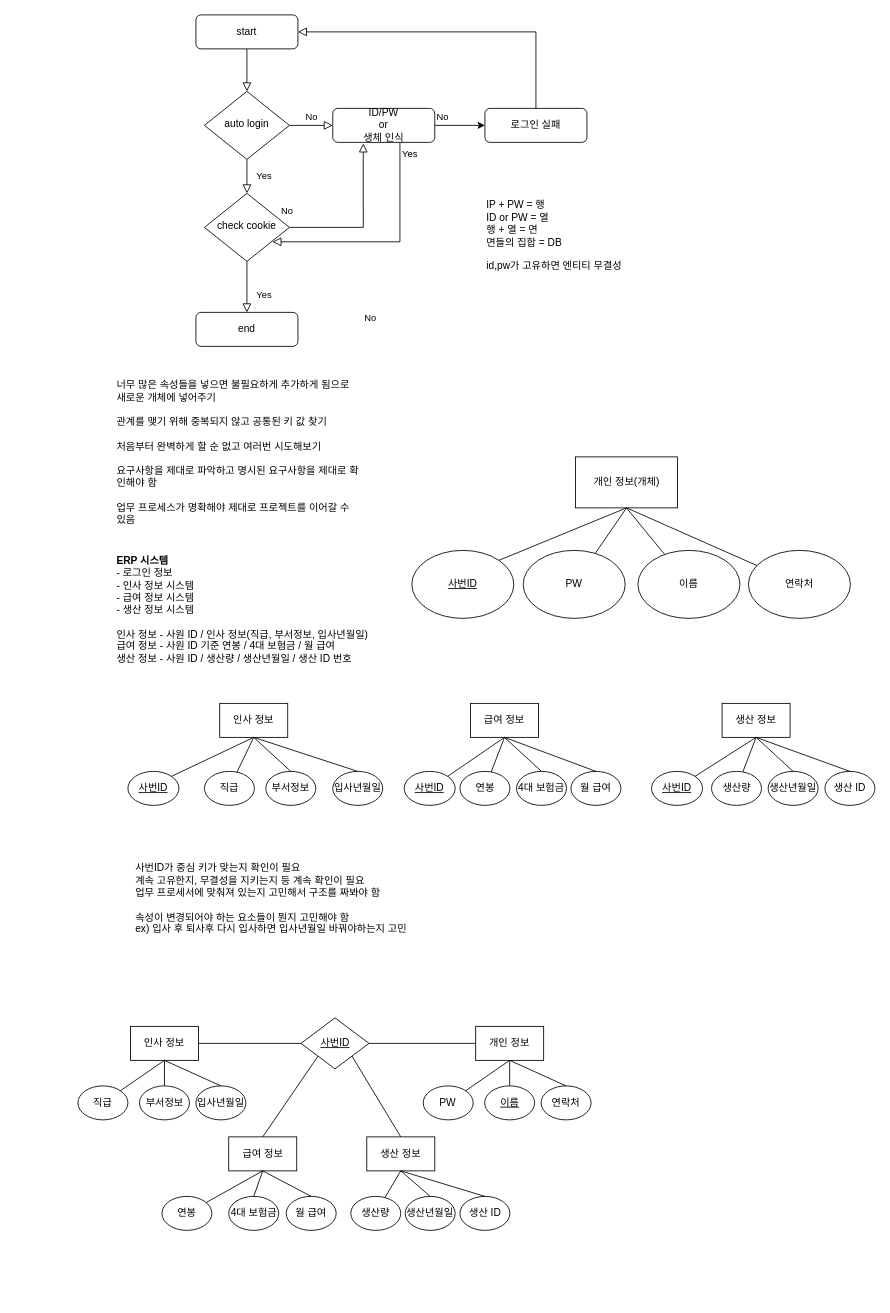
heeyeon-developer/heeyeon-developer keeps this draw.io diagram as Login_diagram.drawio. Above is the earlier version. Source tidied: cells renumbered, new cells numbered last; positions are measured from the earlier drawing's top-left corner, leaving out a move shared by most shapes. Both pictures are drawn from the tidied source at 85%, with x=0, y=0 at pixel (77, 14).
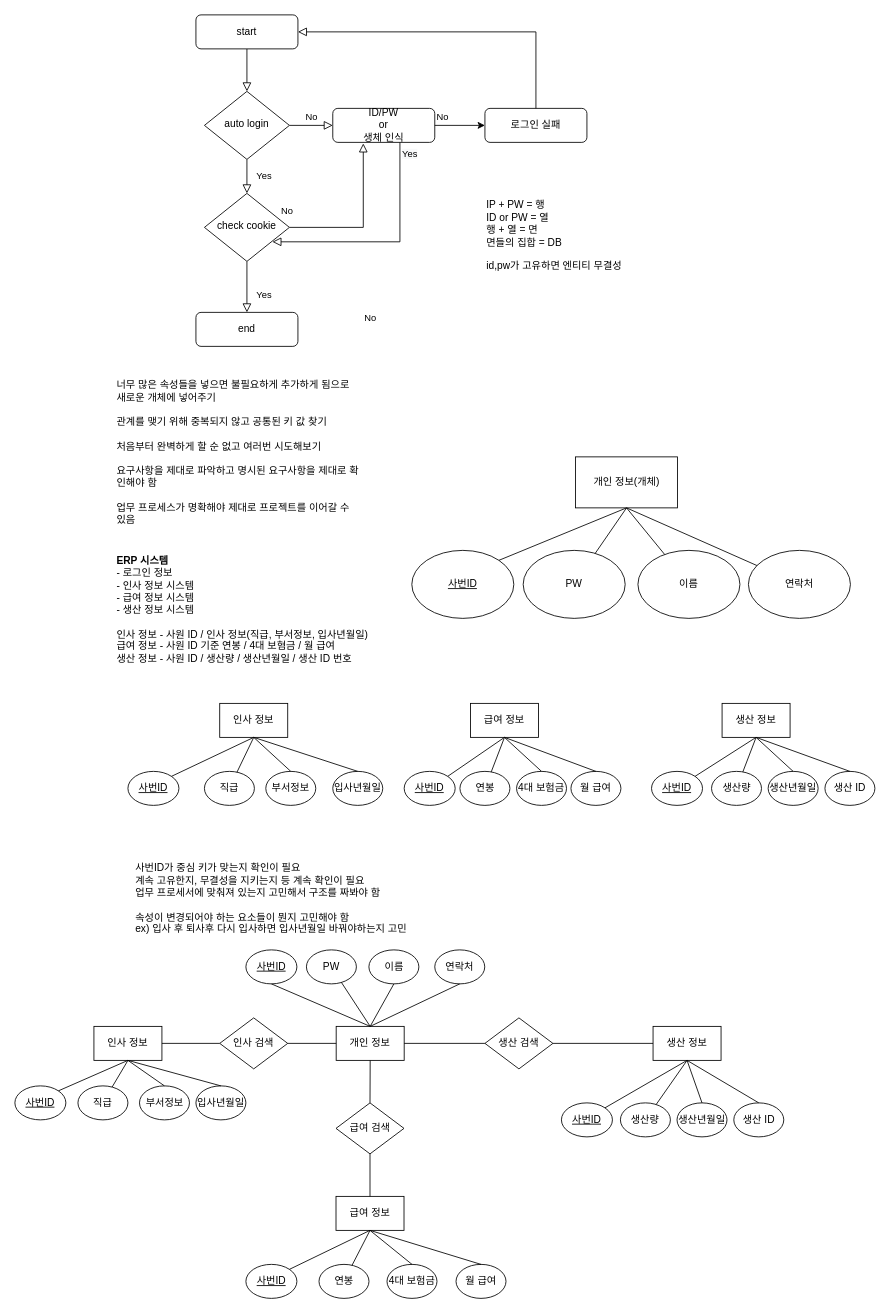
The same diagram, later.

Diff of the diagram source:
```diff
@@
     <mxCell id="57" value="인사 정보" style="rounded=0;whiteSpace=wrap;html=1;" parent="1" vertex="1">
-      <mxGeometry x="62" y="1190" width="80" height="40" as="geometry" />
+      <mxGeometry x="19" y="1190" width="80" height="40" as="geometry" />
     </mxCell>
-    <mxCell id="58" value="&lt;u&gt;사번ID&lt;/u&gt;" style="rhombus;whiteSpace=wrap;html=1;" parent="1" vertex="1">
-      <mxGeometry x="262.6" y="1180" width="80" height="60" as="geometry" />
+    <mxCell id="58" value="인사 검색" style="rhombus;whiteSpace=wrap;html=1;" parent="1" vertex="1">
+      <mxGeometry x="167" y="1180" width="80" height="60" as="geometry" />
     </mxCell>
@@
     <mxCell id="66" value="개인 정보" style="rounded=0;whiteSpace=wrap;html=1;" parent="1" vertex="1">
-      <mxGeometry x="468.1" y="1190" width="80" height="40" as="geometry" />
+      <mxGeometry x="304" y="1190" width="80" height="40" as="geometry" />
     </mxCell>
     <mxCell id="67" value="PW" style="ellipse;whiteSpace=wrap;html=1;" parent="1" vertex="1">
-      <mxGeometry x="406.4" y="1260" width="58.8" height="40" as="geometry" />
+      <mxGeometry x="269" y="1100" width="58.8" height="40" as="geometry" />
     </mxCell>
-    <mxCell id="68" style="endArrow=none;html=1;entryX=0.5;entryY=1;entryDx=0;entryDy=0;" parent="1" edge="1" source="67" target="66">
+    <mxCell id="68" style="endArrow=none;html=1;entryX=0.5;entryY=0;entryDx=0;entryDy=0;" parent="1" edge="1" source="67" target="66">
       <mxGeometry relative="1" as="geometry" />
     </mxCell>
-    <mxCell id="69" value="&lt;u&gt;이름&lt;/u&gt;" style="ellipse;whiteSpace=wrap;html=1;" parent="1" vertex="1">
-      <mxGeometry x="478.7" y="1260" width="58.8" height="40" as="geometry" />
+    <mxCell id="69" value="이름" style="ellipse;whiteSpace=wrap;html=1;" parent="1" vertex="1">
+      <mxGeometry x="342.5" y="1100" width="58.8" height="40" as="geometry" />
     </mxCell>
     <mxCell id="70" value="연락처" style="ellipse;whiteSpace=wrap;html=1;" parent="1" vertex="1">
-      <mxGeometry x="545.1" y="1260" width="58.8" height="40" as="geometry" />
+      <mxGeometry x="420" y="1100" width="58.8" height="40" as="geometry" />
     </mxCell>
-    <mxCell id="71" style="endArrow=none;html=1;exitX=0.5;exitY=0;exitDx=0;exitDy=0;entryX=0.5;entryY=1;entryDx=0;entryDy=0;" parent="1" edge="1" source="69" target="66">
+    <mxCell id="71" style="endArrow=none;html=1;exitX=0.5;exitY=1;exitDx=0;exitDy=0;entryX=0.5;entryY=0;entryDx=0;entryDy=0;" parent="1" edge="1" source="69" target="66">
       <mxGeometry relative="1" as="geometry" />
     </mxCell>
-    <mxCell id="72" style="endArrow=none;html=1;entryX=0.5;entryY=1;entryDx=0;entryDy=0;exitX=0.5;exitY=0;exitDx=0;exitDy=0;" parent="1" edge="1" source="70" target="66">
+    <mxCell id="72" style="endArrow=none;html=1;exitX=0.5;exitY=1;exitDx=0;exitDy=0;entryX=0.5;entryY=0;entryDx=0;entryDy=0;" parent="1" edge="1" source="70" target="66">
       <mxGeometry relative="1" as="geometry" />
     </mxCell>
@@
     <mxCell id="74" value="급여 정보" style="rounded=0;whiteSpace=wrap;html=1;" parent="1" vertex="1">
-      <mxGeometry x="177.6" y="1320" width="80" height="40" as="geometry" />
+      <mxGeometry x="303.8" y="1390" width="80" height="40" as="geometry" />
     </mxCell>
     <mxCell id="75" value="연봉" style="ellipse;whiteSpace=wrap;html=1;" parent="1" vertex="1">
-      <mxGeometry x="99" y="1390" width="58.8" height="40" as="geometry" />
+      <mxGeometry x="283.8" y="1470" width="58.8" height="40" as="geometry" />
     </mxCell>
@@
     <mxCell id="77" value="4대 보험금" style="ellipse;whiteSpace=wrap;html=1;" parent="1" vertex="1">
-      <mxGeometry x="177.6" y="1390" width="58.8" height="40" as="geometry" />
+      <mxGeometry x="363.8" y="1470" width="58.8" height="40" as="geometry" />
     </mxCell>
     <mxCell id="78" value="월 급여" style="ellipse;whiteSpace=wrap;html=1;" parent="1" vertex="1">
-      <mxGeometry x="245.2" y="1390" width="58.8" height="40" as="geometry" />
+      <mxGeometry x="445" y="1470" width="58.8" height="40" as="geometry" />
     </mxCell>
@@
     <mxCell id="81" value="생산 정보" style="rounded=0;whiteSpace=wrap;html=1;" parent="1" vertex="1">
-      <mxGeometry x="340" y="1320" width="80" height="40" as="geometry" />
+      <mxGeometry x="676.8" y="1190" width="80" height="40" as="geometry" />
     </mxCell>
     <mxCell id="82" value="생산량" style="ellipse;whiteSpace=wrap;html=1;" parent="1" vertex="1">
-      <mxGeometry x="321.2" y="1390" width="58.8" height="40" as="geometry" />
+      <mxGeometry x="638.4" y="1280" width="58.8" height="40" as="geometry" />
     </mxCell>
@@
     <mxCell id="84" value="생산년월일" style="ellipse;whiteSpace=wrap;html=1;" parent="1" vertex="1">
-      <mxGeometry x="385.2" y="1390" width="58.8" height="40" as="geometry" />
+      <mxGeometry x="705" y="1280" width="58.8" height="40" as="geometry" />
     </mxCell>
     <mxCell id="85" value="생산 ID" style="ellipse;whiteSpace=wrap;html=1;" parent="1" vertex="1">
-      <mxGeometry x="449.6" y="1390" width="58.8" height="40" as="geometry" />
+      <mxGeometry x="771.8" y="1280" width="58.8" height="40" as="geometry" />
     </mxCell>
@@
-    <mxCell id="88" style="endArrow=none;html=1;exitX=0;exitY=1;exitDx=0;exitDy=0;entryX=0.5;entryY=0;entryDx=0;entryDy=0;" parent="1" edge="1" source="58" target="74">
+    <mxCell id="88" style="endArrow=none;html=1;entryX=0.5;entryY=0;entryDx=0;entryDy=0;exitX=0.5;exitY=1;exitDx=0;exitDy=0;" parent="1" edge="1" source="94" target="74">
       <mxGeometry relative="1" as="geometry" />
     </mxCell>
-    <mxCell id="89" style="endArrow=none;html=1;exitX=1;exitY=1;exitDx=0;exitDy=0;entryX=0.5;entryY=0;entryDx=0;entryDy=0;" parent="1" edge="1" source="58" target="81">
+    <mxCell id="89" style="endArrow=none;html=1;exitX=1;exitY=0.5;exitDx=0;exitDy=0;" parent="1" edge="1" source="95" target="81">
       <mxGeometry relative="1" as="geometry" />
     </mxCell>
+    <mxCell id="90" value="&lt;u&gt;사번ID&lt;/u&gt;" style="ellipse;whiteSpace=wrap;html=1;" parent="1" vertex="1">
+      <mxGeometry x="-74" y="1260" width="60" height="40" as="geometry" />
+    </mxCell>
+    <mxCell id="91" style="endArrow=none;html=1;exitX=1;exitY=0;exitDx=0;exitDy=0;entryX=0.5;entryY=1;entryDx=0;entryDy=0;" parent="1" edge="1" source="90" target="57">
+      <mxGeometry relative="1" as="geometry" />
+    </mxCell>
+    <mxCell id="92" value="&lt;u&gt;사번ID&lt;/u&gt;" style="ellipse;whiteSpace=wrap;html=1;" parent="1" vertex="1">
+      <mxGeometry x="197.8" y="1100" width="60" height="40" as="geometry" />
+    </mxCell>
+    <mxCell id="93" style="endArrow=none;html=1;exitX=0.5;exitY=1;exitDx=0;exitDy=0;entryX=0.5;entryY=0;entryDx=0;entryDy=0;" parent="1" edge="1" source="92" target="66">
+      <mxGeometry relative="1" as="geometry" />
+    </mxCell>
+    <mxCell id="94" value="급여 검색" style="rhombus;whiteSpace=wrap;html=1;" parent="1" vertex="1">
+      <mxGeometry x="303.8" y="1280" width="80" height="60" as="geometry" />
+    </mxCell>
+    <mxCell id="95" value="생산 검색" style="rhombus;whiteSpace=wrap;html=1;" parent="1" vertex="1">
+      <mxGeometry x="479" y="1180" width="80" height="60" as="geometry" />
+    </mxCell>
+    <mxCell id="96" style="endArrow=none;html=1;exitX=0;exitY=0.5;exitDx=0;exitDy=0;entryX=1;entryY=0.5;entryDx=0;entryDy=0;" parent="1" edge="1" source="95" target="66">
+      <mxGeometry relative="1" as="geometry" />
+    </mxCell>
+    <mxCell id="97" style="endArrow=none;html=1;exitX=0.5;exitY=1;exitDx=0;exitDy=0;entryX=0.5;entryY=0;entryDx=0;entryDy=0;" parent="1" edge="1" source="66" target="94">
+      <mxGeometry relative="1" as="geometry" />
+    </mxCell>
+    <mxCell id="98" value="&lt;u&gt;사번ID&lt;/u&gt;" style="ellipse;whiteSpace=wrap;html=1;" parent="1" vertex="1">
+      <mxGeometry x="569" y="1280" width="60" height="40" as="geometry" />
+    </mxCell>
+    <mxCell id="99" style="endArrow=none;html=1;exitX=1;exitY=0;exitDx=0;exitDy=0;entryX=0.5;entryY=1;entryDx=0;entryDy=0;" parent="1" edge="1" source="98" target="81">
+      <mxGeometry relative="1" as="geometry" />
+    </mxCell>
+    <mxCell id="100" value="&lt;u&gt;사번ID&lt;/u&gt;" style="ellipse;whiteSpace=wrap;html=1;" parent="1" vertex="1">
+      <mxGeometry x="197.8" y="1470" width="60" height="40" as="geometry" />
+    </mxCell>
+    <mxCell id="101" style="endArrow=none;html=1;exitX=1;exitY=0;exitDx=0;exitDy=0;entryX=0.5;entryY=1;entryDx=0;entryDy=0;" parent="1" edge="1" source="100" target="74">
+      <mxGeometry relative="1" as="geometry" />
+    </mxCell>
```
